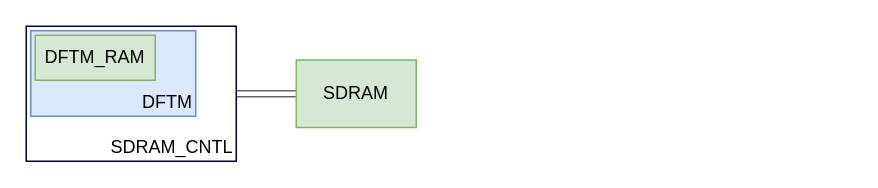
This is docs/dftm.drawio from marcops/dftm_module, a draw.io file, before an edit. Source tidied: cells renumbered, new cells numbered last; positions are measured from the earlier drawing's top-left corner, leaving out a move shared by most shapes. Both pictures are drawn from the tidied source at 150%, with x=0, y=0 at pixel (26, 26).
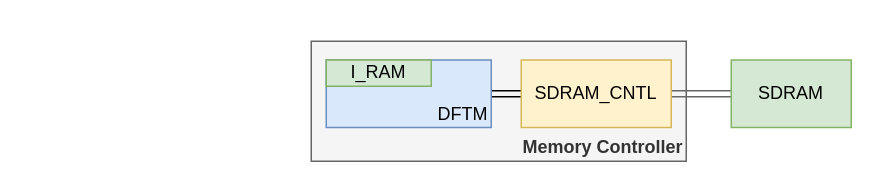
The same page after the edit.

The edit, as a diff of the source:
```diff
@@
 <mxGraphModel>
   <root>
     <mxCell id="0" />
     <mxCell id="1" parent="0" />
+    <mxCell id="7" value="Memory Controller" style="rounded=0;whiteSpace=wrap;html=1;align=right;verticalAlign=bottom;fillColor=#f5f5f5;strokeColor=#666666;fontColor=#333333;fontStyle=1;" parent="1" vertex="1">
+      <mxGeometry x="190" y="10" width="250" height="80" as="geometry" />
+    </mxCell>
     <mxCell id="2" style="edgeStyle=orthogonalEdgeStyle;rounded=0;jettySize=auto;html=1;startArrow=classic;startFill=1;shape=link;strokeWidth=1;fillColor=#f5f5f5;strokeColor=#666666;" parent="1" edge="1" source="3" target="6">
       <mxGeometry relative="1" as="geometry" />
     </mxCell>
+    <mxCell id="8" style="edgeStyle=orthogonalEdgeStyle;rounded=0;jettySize=auto;html=1;shape=link;" parent="1" edge="1" source="3" target="4">
+      <mxGeometry relative="1" as="geometry" />
+    </mxCell>
-    <mxCell id="3" value="SDRAM_CNTL" style="rounded=0;whiteSpace=wrap;html=1;align=right;verticalAlign=bottom;strokeColor=#000033;" parent="1" vertex="1">
-      <mxGeometry width="140" height="90" as="geometry" />
+    <mxCell id="3" value="SDRAM_CNTL" style="rounded=0;whiteSpace=wrap;html=1;align=center;verticalAlign=middle;strokeColor=#d6b656;fillColor=#fff2cc;" parent="1" vertex="1">
+      <mxGeometry x="330" y="22.5" width="100" height="45" as="geometry" />
     </mxCell>
     <mxCell id="4" value="DFTM" style="rounded=0;whiteSpace=wrap;html=1;verticalAlign=bottom;align=right;fillColor=#dae8fc;strokeColor=#6c8ebf;" parent="1" vertex="1">
-      <mxGeometry x="3" y="3" width="110" height="57" as="geometry" />
+      <mxGeometry x="200" y="22.5" width="110" height="45" as="geometry" />
     </mxCell>
-    <mxCell id="5" value="DFTM_RAM" style="rounded=0;whiteSpace=wrap;html=1;align=center;verticalAlign=middle;fillColor=#d5e8d4;strokeColor=#82b366;" parent="1" vertex="1">
-      <mxGeometry x="6" y="6" width="80" height="30" as="geometry" />
+    <mxCell id="5" value="I_RAM" style="rounded=0;whiteSpace=wrap;html=1;align=center;verticalAlign=middle;fillColor=#d5e8d4;strokeColor=#82b366;" parent="1" vertex="1">
+      <mxGeometry x="200" y="22.5" width="70" height="17.5" as="geometry" />
     </mxCell>
     <mxCell id="6" value="SDRAM" style="rounded=0;whiteSpace=wrap;html=1;align=center;verticalAlign=middle;fillColor=#d5e8d4;strokeColor=#82b366;" parent="1" vertex="1">
-      <mxGeometry x="180" y="22.5" width="80" height="45" as="geometry" />
+      <mxGeometry x="470" y="22.5" width="80" height="45" as="geometry" />
     </mxCell>
   </root>
 </mxGraphModel>
```
